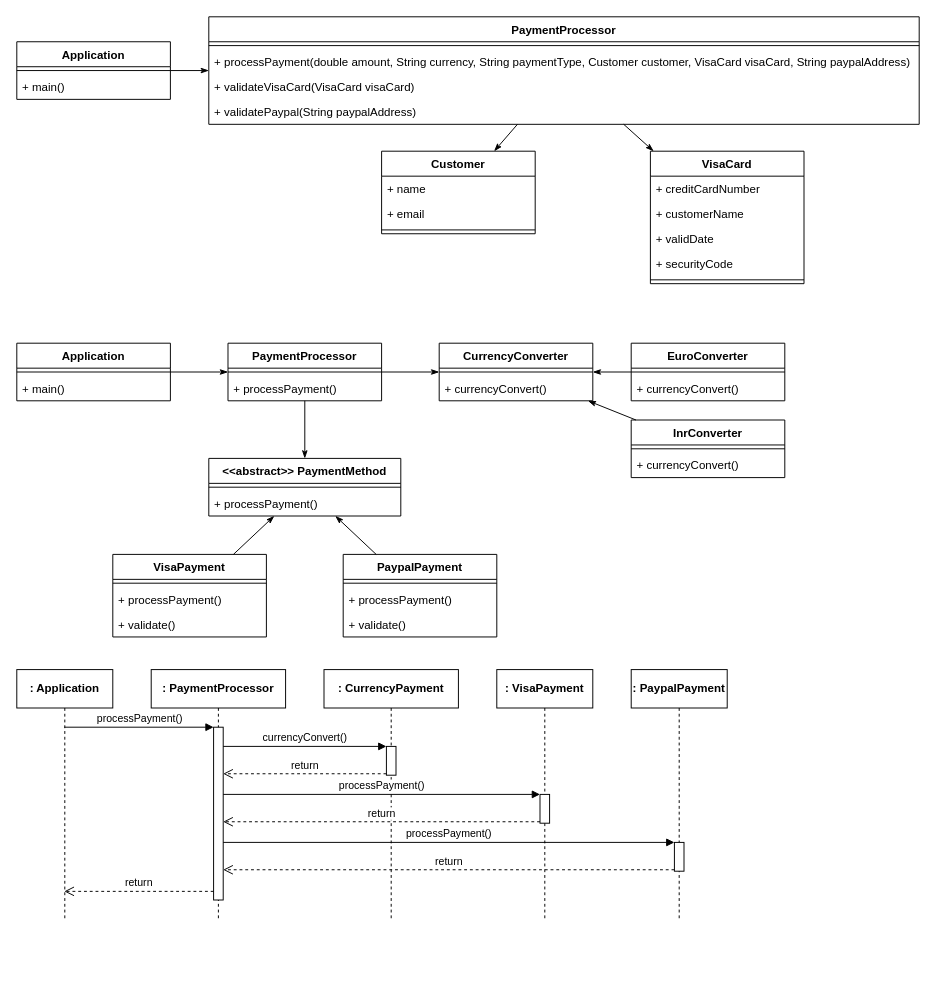
Above: page "Lab 2 - Q.e, f" (3 of 3) of assignments/Lab 2 draw.drawio in zithiat/asd (draw.io), before the change. Source tidied: cells renumbered, new cells numbered last; positions are measured from the earlier drawing's top-left corner, leaving out a move shared by most shapes. Both pictures are drawn from the tidied source at 96%, with x=0, y=0 at pixel (16, 16).
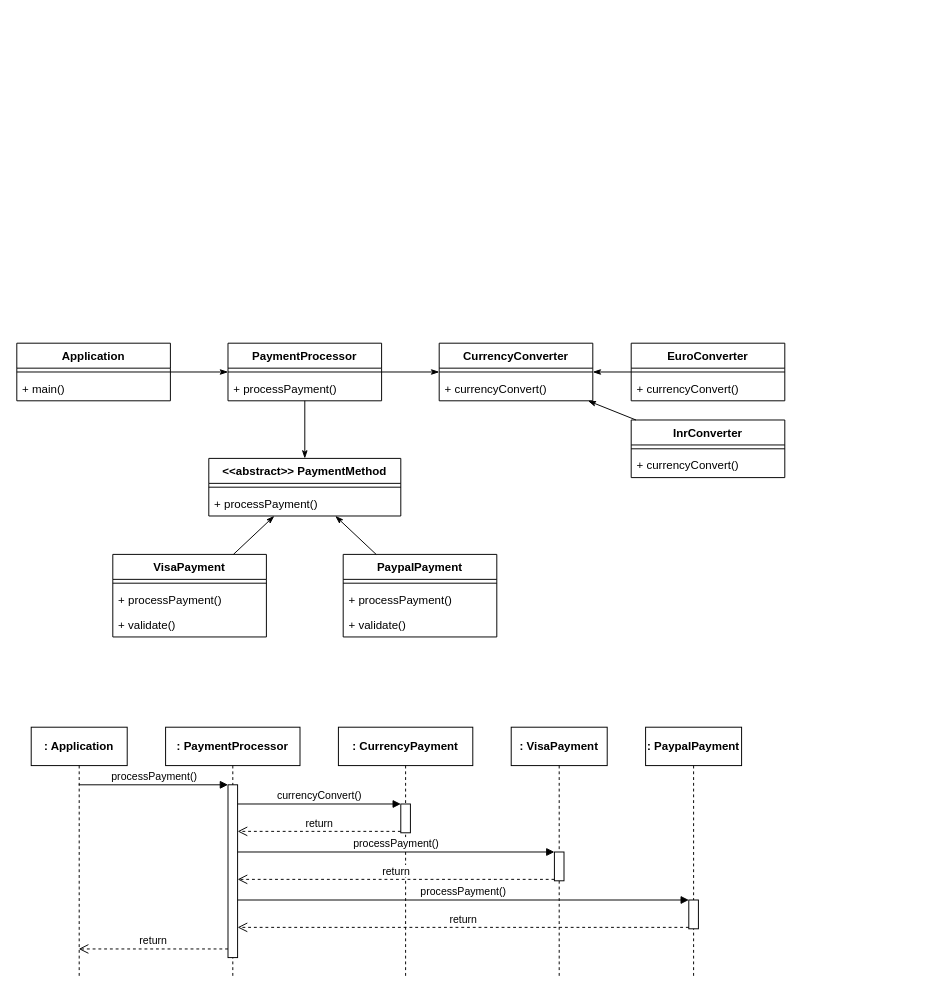
The same diagram, later.

Change to the diagram source:
```diff
@@
-    <mxCell id="2" value="Application" style="swimlane;fontStyle=1;align=center;verticalAlign=top;horizontal=1;startSize=26;" parent="1" vertex="1">
-      <mxGeometry y="26" width="160" height="60" as="geometry" />
-    </mxCell>
-    <mxCell id="3" style="line;strokeWidth=1;fillColor=none;align=left;verticalAlign=middle;spacingTop=-1;spacingLeft=3;spacingRight=3;labelPosition=right;" parent="2" vertex="1">
-      <mxGeometry y="26" width="160" height="8" as="geometry" />
-    </mxCell>
-    <mxCell id="4" value="+ main()" style="text;strokeColor=none;fillColor=none;align=left;verticalAlign=top;spacingLeft=4;spacingRight=4;overflow=hidden;" parent="2" vertex="1">
-      <mxGeometry y="34" width="160" height="26" as="geometry" />
-    </mxCell>
-    <mxCell id="5" value="PaymentProcessor" style="swimlane;fontStyle=1;align=center;verticalAlign=top;horizontal=1;startSize=26;" parent="1" vertex="1">
-      <mxGeometry x="200" width="740" height="112" as="geometry" />
-    </mxCell>
-    <mxCell id="6" style="line;strokeWidth=1;fillColor=none;align=left;verticalAlign=middle;spacingTop=-1;spacingLeft=3;spacingRight=3;labelPosition=right;" parent="5" vertex="1">
-      <mxGeometry y="26" width="740" height="8" as="geometry" />
-    </mxCell>
-    <mxCell id="7" value="+ processPayment(double amount, String currency, String paymentType, Customer customer, VisaCard visaCard, String paypalAddress)" style="text;strokeColor=none;fillColor=none;align=left;verticalAlign=top;spacingLeft=4;spacingRight=4;overflow=hidden;" parent="5" vertex="1">
-      <mxGeometry y="34" width="740" height="26" as="geometry" />
-    </mxCell>
-    <mxCell id="8" value="+ validateVisaCard(VisaCard visaCard)" style="text;strokeColor=none;fillColor=none;align=left;verticalAlign=top;spacingLeft=4;spacingRight=4;overflow=hidden;" parent="5" vertex="1">
-      <mxGeometry y="60" width="740" height="26" as="geometry" />
-    </mxCell>
-    <mxCell id="9" value="+ validatePaypal(String paypalAddress)" style="text;strokeColor=none;fillColor=none;align=left;verticalAlign=top;spacingLeft=4;spacingRight=4;overflow=hidden;" parent="5" vertex="1">
-      <mxGeometry y="86" width="740" height="26" as="geometry" />
-    </mxCell>
-    <mxCell id="10" value="Customer" style="swimlane;fontStyle=1;align=center;verticalAlign=top;horizontal=1;startSize=26;" parent="1" vertex="1">
-      <mxGeometry x="380" y="140" width="160" height="86" as="geometry" />
-    </mxCell>
-    <mxCell id="11" value="+ name" style="text;strokeColor=none;fillColor=none;align=left;verticalAlign=top;spacingLeft=4;spacingRight=4;overflow=hidden;" parent="10" vertex="1">
-      <mxGeometry y="26" width="160" height="26" as="geometry" />
-    </mxCell>
-    <mxCell id="12" value="+ email" style="text;strokeColor=none;fillColor=none;align=left;verticalAlign=top;spacingLeft=4;spacingRight=4;overflow=hidden;" parent="10" vertex="1">
-      <mxGeometry y="52" width="160" height="26" as="geometry" />
-    </mxCell>
-    <mxCell id="13" style="line;strokeWidth=1;fillColor=none;align=left;verticalAlign=middle;spacingTop=-1;spacingLeft=3;spacingRight=3;labelPosition=right;" parent="10" vertex="1">
-      <mxGeometry y="78" width="160" height="8" as="geometry" />
-    </mxCell>
-    <mxCell id="14" value="VisaCard" style="swimlane;fontStyle=1;align=center;verticalAlign=top;horizontal=1;startSize=26;" parent="1" vertex="1">
-      <mxGeometry x="660" y="140" width="160" height="138" as="geometry" />
-    </mxCell>
-    <mxCell id="15" value="+ creditCardNumber" style="text;strokeColor=none;fillColor=none;align=left;verticalAlign=top;spacingLeft=4;spacingRight=4;overflow=hidden;" parent="14" vertex="1">
-      <mxGeometry y="26" width="160" height="26" as="geometry" />
-    </mxCell>
-    <mxCell id="16" value="+ customerName" style="text;strokeColor=none;fillColor=none;align=left;verticalAlign=top;spacingLeft=4;spacingRight=4;overflow=hidden;" parent="14" vertex="1">
-      <mxGeometry y="52" width="160" height="26" as="geometry" />
-    </mxCell>
-    <mxCell id="17" value="+ validDate" style="text;strokeColor=none;fillColor=none;align=left;verticalAlign=top;spacingLeft=4;spacingRight=4;overflow=hidden;" parent="14" vertex="1">
-      <mxGeometry y="78" width="160" height="26" as="geometry" />
-    </mxCell>
-    <mxCell id="18" value="+ securityCode" style="text;strokeColor=none;fillColor=none;align=left;verticalAlign=top;spacingLeft=4;spacingRight=4;overflow=hidden;" parent="14" vertex="1">
-      <mxGeometry y="104" width="160" height="26" as="geometry" />
-    </mxCell>
-    <mxCell id="19" style="line;strokeWidth=1;fillColor=none;align=left;verticalAlign=middle;spacingTop=-1;spacingLeft=3;spacingRight=3;labelPosition=right;" parent="14" vertex="1">
-      <mxGeometry y="130" width="160" height="8" as="geometry" />
-    </mxCell>
-    <mxCell id="20" style="endArrow=classicThin;html=1;rounded=0;endFill=1;" parent="1" edge="1" source="2" target="5">
-      <mxGeometry relative="1" as="geometry" />
-    </mxCell>
-    <mxCell id="21" style="endArrow=classicThin;html=1;rounded=0;endFill=1;" parent="1" edge="1" source="5" target="10">
-      <mxGeometry relative="1" as="geometry" />
-    </mxCell>
-    <mxCell id="22" style="endArrow=classicThin;html=1;rounded=0;endFill=1;" parent="1" edge="1" source="5" target="14">
-      <mxGeometry relative="1" as="geometry" />
-    </mxCell>
@@
     <mxCell id="56" value="&lt;b&gt;: Application&lt;/b&gt;" style="shape=umlLifeline;perimeter=lifelinePerimeter;whiteSpace=wrap;html=1;outlineConnect=0;" parent="1" vertex="1">
-      <mxGeometry y="680" width="100" height="260" as="geometry" />
+      <mxGeometry x="15" y="740" width="100" height="260" as="geometry" />
     </mxCell>
     <mxCell id="57" value="&lt;b&gt;: PaymentProcessor&lt;/b&gt;" style="shape=umlLifeline;perimeter=lifelinePerimeter;whiteSpace=wrap;html=1;" parent="1" vertex="1">
-      <mxGeometry x="140" y="680" width="140" height="260" as="geometry" />
+      <mxGeometry x="155" y="740" width="140" height="260" as="geometry" />
     </mxCell>
@@
     <mxCell id="59" value="&lt;b&gt;: VisaPayment&lt;/b&gt;" style="shape=umlLifeline;perimeter=lifelinePerimeter;whiteSpace=wrap;html=1;" parent="1" vertex="1">
-      <mxGeometry x="500" y="680" width="100" height="260" as="geometry" />
+      <mxGeometry x="515" y="740" width="100" height="260" as="geometry" />
     </mxCell>
@@
     <mxCell id="61" value="&lt;b&gt;: PaypalPayment&lt;/b&gt;" style="shape=umlLifeline;perimeter=lifelinePerimeter;whiteSpace=wrap;html=1;" parent="1" vertex="1">
-      <mxGeometry x="640" y="680" width="100" height="260" as="geometry" />
+      <mxGeometry x="655" y="740" width="100" height="260" as="geometry" />
     </mxCell>
@@
     <mxCell id="65" value="&lt;b&gt;: CurrencyPayment&lt;/b&gt;" style="shape=umlLifeline;perimeter=lifelinePerimeter;whiteSpace=wrap;html=1;" parent="1" vertex="1">
-      <mxGeometry x="320" y="680" width="140" height="260" as="geometry" />
+      <mxGeometry x="335" y="740" width="140" height="260" as="geometry" />
     </mxCell>
```
